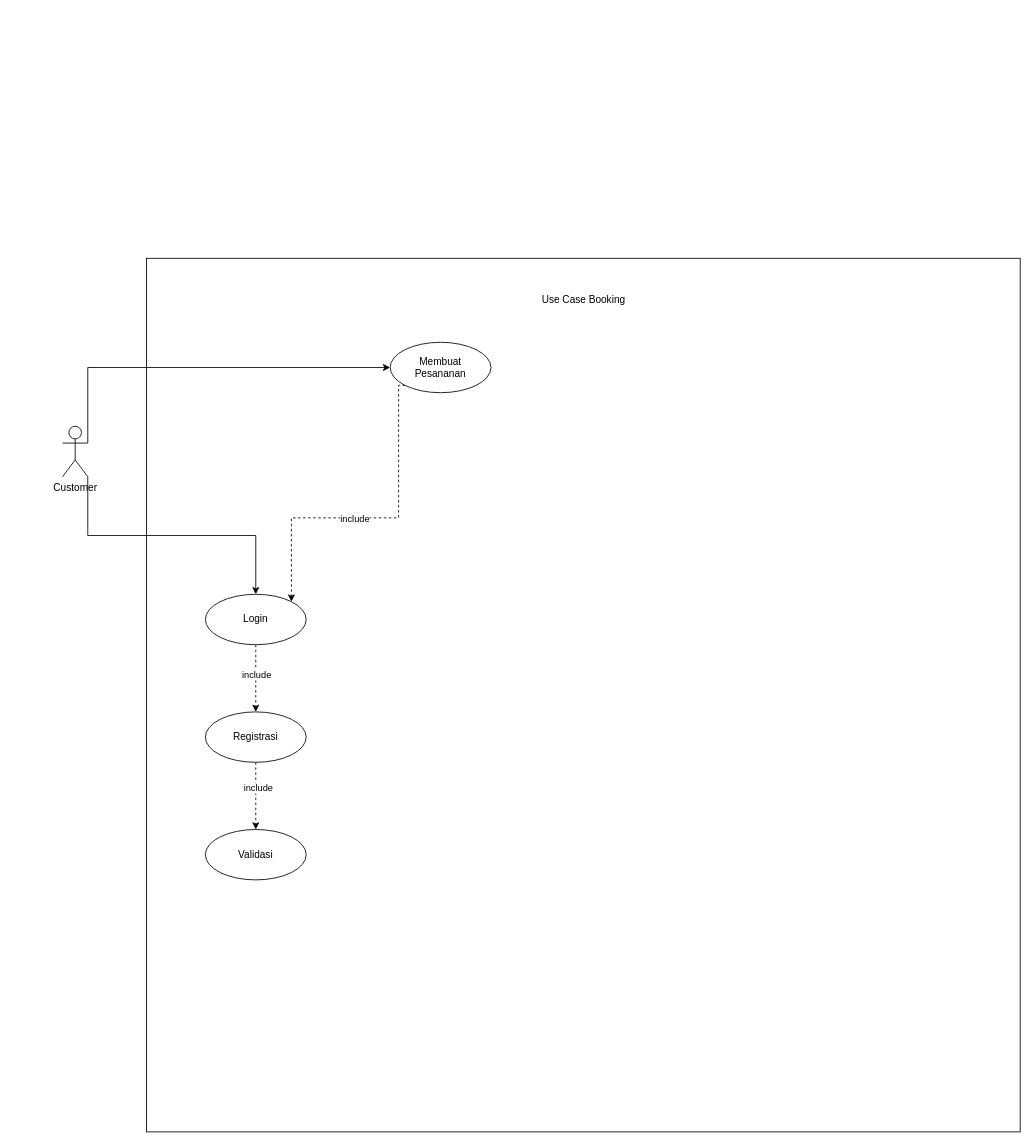
Before: Untitled Diagram.drawio in GSNugroho/latihan-nestjs, a draw.io diagram. Source tidied: cells renumbered, new cells numbered last; positions are measured from the earlier drawing's top-left corner, leaving out a move shared by most shapes. Both pictures are drawn from the tidied source at 84%, with x=0, y=0 at pixel (62, 258).
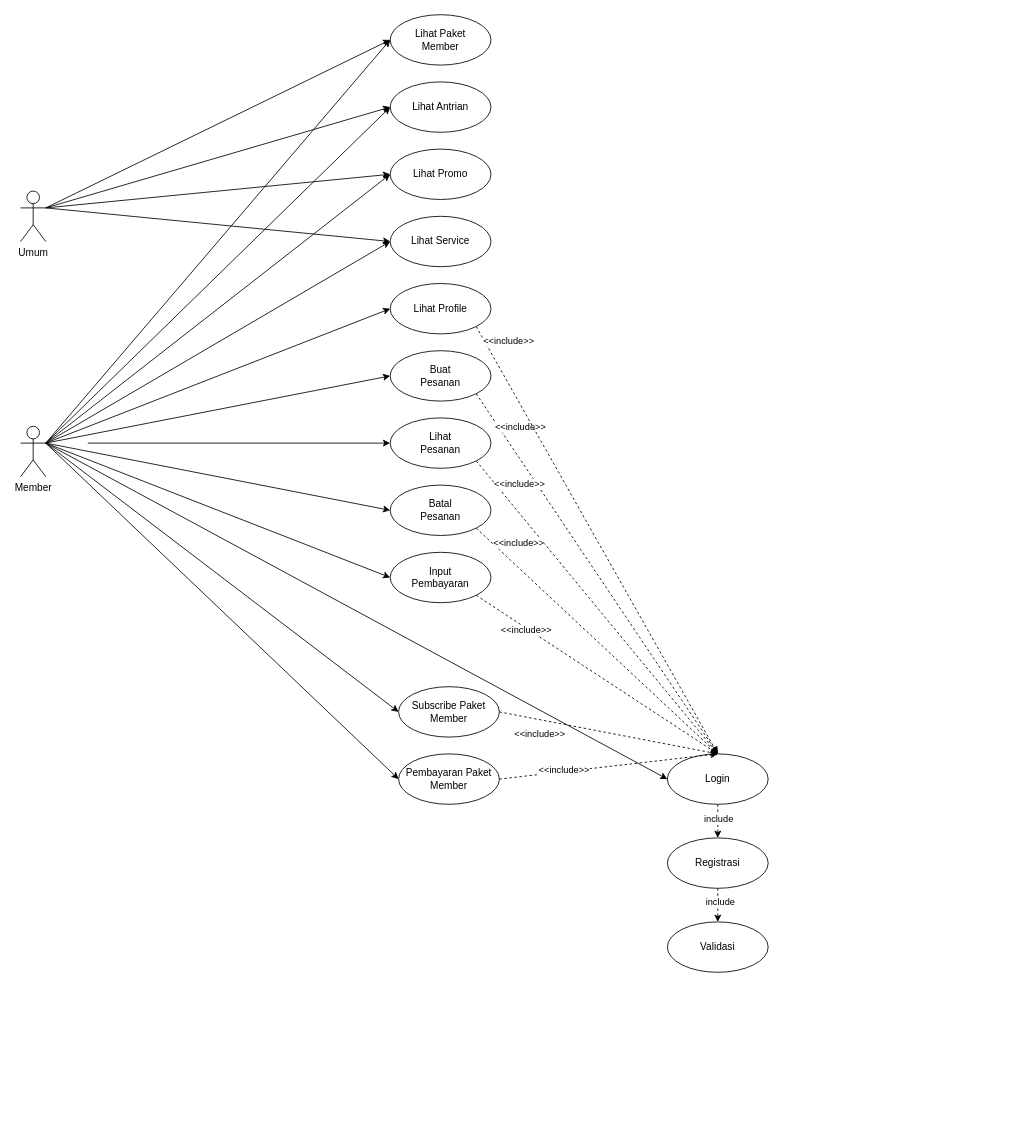
Above is the later version.

What changed in the source:
```diff
@@
-    <mxCell id="2" style="whiteSpace=wrap;html=1;" parent="1" vertex="1">
-      <mxGeometry x="100" width="1040" height="1040" as="geometry" />
-    </mxCell>
-    <mxCell id="3" style="edgeStyle=orthogonalEdgeStyle;rounded=0;jettySize=auto;html=1;exitX=1;exitY=1;exitDx=0;exitDy=0;exitPerimeter=0;" parent="1" edge="1" source="5" target="9">
-      <mxGeometry relative="1" as="geometry" />
+    <mxCell id="3" style="rounded=0;jettySize=auto;html=1;entryX=0;entryY=0.5;entryDx=0;entryDy=0;" parent="1" edge="1" target="9">
+      <mxGeometry relative="1" as="geometry">
+        <mxPoint x="-20" y="220" as="sourcePoint" />
+      </mxGeometry>
     </mxCell>
-    <mxCell id="4" style="edgeStyle=orthogonalEdgeStyle;rounded=0;jettySize=auto;html=1;exitX=1;exitY=0.3333333333333333;exitDx=0;exitDy=0;exitPerimeter=0;entryX=0;entryY=0.5;entryDx=0;entryDy=0;" parent="1" edge="1" source="5" target="16">
-      <mxGeometry relative="1" as="geometry">
-        <Array as="points">
-          <mxPoint x="30" y="130" />
-        </Array>
-      </mxGeometry>
+    <mxCell id="4" style="rounded=0;jettySize=auto;html=1;exitX=1;exitY=0.3333333333333333;exitDx=0;exitDy=0;exitPerimeter=0;entryX=0;entryY=0.5;entryDx=0;entryDy=0;" parent="1" edge="1" source="5" target="16">
+      <mxGeometry relative="1" as="geometry" />
     </mxCell>
+    <mxCell id="17" style="rounded=0;jettySize=auto;html=1;entryX=0;entryY=0.5;entryDx=0;entryDy=0;" parent="1" edge="1" target="29">
+      <mxGeometry relative="1" as="geometry">
+        <mxPoint x="30" y="220" as="sourcePoint" />
+      </mxGeometry>
+    </mxCell>
+    <mxCell id="18" style="rounded=0;jettySize=auto;html=1;exitX=1;exitY=0.3333333333333333;exitDx=0;exitDy=0;exitPerimeter=0;entryX=0;entryY=0.5;entryDx=0;entryDy=0;" parent="1" edge="1" source="5" target="32">
+      <mxGeometry relative="1" as="geometry" />
+    </mxCell>
+    <mxCell id="19" style="rounded=0;jettySize=auto;html=1;exitX=1;exitY=0.3333333333333333;exitDx=0;exitDy=0;exitPerimeter=0;entryX=0;entryY=0.5;entryDx=0;entryDy=0;" parent="1" edge="1" source="5" target="35">
+      <mxGeometry relative="1" as="geometry" />
+    </mxCell>
+    <mxCell id="20" style="rounded=0;jettySize=auto;html=1;exitX=1;exitY=0.3333333333333333;exitDx=0;exitDy=0;exitPerimeter=0;entryX=0;entryY=0.5;entryDx=0;entryDy=0;" parent="1" edge="1" source="5" target="40">
+      <mxGeometry relative="1" as="geometry" />
+    </mxCell>
+    <mxCell id="21" style="rounded=0;jettySize=auto;html=1;exitX=1;exitY=0.3333333333333333;exitDx=0;exitDy=0;exitPerimeter=0;entryX=0;entryY=0.5;entryDx=0;entryDy=0;" parent="1" edge="1" source="5" target="41">
+      <mxGeometry relative="1" as="geometry" />
+    </mxCell>
+    <mxCell id="22" style="rounded=0;jettySize=auto;html=1;exitX=1;exitY=0.3333333333333333;exitDx=0;exitDy=0;exitPerimeter=0;entryX=0;entryY=0.5;entryDx=0;entryDy=0;" parent="1" edge="1" source="5" target="47">
+      <mxGeometry relative="1" as="geometry" />
+    </mxCell>
+    <mxCell id="23" style="rounded=0;jettySize=auto;html=1;exitX=1;exitY=0.3333333333333333;exitDx=0;exitDy=0;exitPerimeter=0;entryX=0;entryY=0.5;entryDx=0;entryDy=0;" parent="1" edge="1" source="5" target="48">
+      <mxGeometry relative="1" as="geometry" />
+    </mxCell>
+    <mxCell id="24" style="rounded=0;jettySize=auto;html=1;exitX=1;exitY=0.3333333333333333;exitDx=0;exitDy=0;exitPerimeter=0;entryX=0;entryY=0.5;entryDx=0;entryDy=0;" parent="1" edge="1" source="5" target="51">
+      <mxGeometry relative="1" as="geometry" />
+    </mxCell>
+    <mxCell id="25" style="rounded=0;jettySize=auto;html=1;exitX=1;exitY=0.3333333333333333;exitDx=0;exitDy=0;exitPerimeter=0;entryX=0;entryY=0.5;entryDx=0;entryDy=0;" parent="1" edge="1" source="5" target="54">
+      <mxGeometry relative="1" as="geometry" />
+    </mxCell>
-    <mxCell id="5" value="Customer" style="shape=umlActor;verticalLabelPosition=bottom;verticalAlign=top;html=1;outlineConnect=0;" parent="1" vertex="1">
-      <mxGeometry y="200" width="30" height="60" as="geometry" />
+    <mxCell id="5" value="Member" style="shape=umlActor;verticalLabelPosition=bottom;verticalAlign=top;html=1;outlineConnect=0;" parent="1" vertex="1">
+      <mxGeometry x="-50" y="200" width="30" height="60" as="geometry" />
     </mxCell>
-    <mxCell id="6" value="&lt;div&gt;Use Case Booking&lt;/div&gt;" style="text;html=1;strokeColor=none;fillColor=none;align=center;verticalAlign=middle;whiteSpace=wrap;rounded=0;" parent="1" vertex="1">
-      <mxGeometry x="516.5" y="20" width="207" height="60" as="geometry" />
-    </mxCell>
@@
     <mxCell id="9" value="Login" style="ellipse;whiteSpace=wrap;html=1;" parent="1" vertex="1">
-      <mxGeometry x="170" y="400" width="120" height="60" as="geometry" />
+      <mxGeometry x="720" y="590" width="120" height="60" as="geometry" />
     </mxCell>
@@
     <mxCell id="12" value="Registrasi" style="ellipse;whiteSpace=wrap;html=1;" parent="1" vertex="1">
-      <mxGeometry x="170" y="540" width="120" height="60" as="geometry" />
+      <mxGeometry x="720" y="690" width="120" height="60" as="geometry" />
     </mxCell>
     <mxCell id="13" value="Validasi" style="ellipse;whiteSpace=wrap;html=1;" parent="1" vertex="1">
-      <mxGeometry x="170" y="680" width="120" height="60" as="geometry" />
+      <mxGeometry x="720" y="790" width="120" height="60" as="geometry" />
     </mxCell>
-    <mxCell id="14" style="edgeStyle=orthogonalEdgeStyle;rounded=0;jettySize=auto;html=1;exitX=0;exitY=1;exitDx=0;exitDy=0;entryX=1;entryY=0;entryDx=0;entryDy=0;dashed=1;" parent="1" edge="1" source="16" target="9">
-      <mxGeometry relative="1" as="geometry">
-        <Array as="points">
-          <mxPoint x="400" y="151" />
-          <mxPoint x="400" y="309" />
-        </Array>
-      </mxGeometry>
+    <mxCell id="14" style="rounded=0;jettySize=auto;html=1;exitX=1;exitY=1;exitDx=0;exitDy=0;entryX=0.5;entryY=0;entryDx=0;entryDy=0;dashed=1;" parent="1" edge="1" source="16" target="9">
+      <mxGeometry relative="1" as="geometry" />
     </mxCell>
-    <mxCell id="15" value="&lt;div&gt;include&lt;/div&gt;" style="edgeLabel;html=1;align=center;verticalAlign=middle;" parent="14" vertex="1">
-      <mxGeometry x="0.11" relative="1" as="geometry" />
-    </mxCell>
+    <mxCell id="26" value="&amp;lt;&amp;lt;include&amp;gt;&amp;gt;" style="edgeLabel;html=1;align=center;verticalAlign=middle;" parent="14" vertex="1">
+      <mxGeometry x="-0.73" y="4" relative="1" as="geometry">
+        <mxPoint x="10" y="-17" as="offset" />
+      </mxGeometry>
+    </mxCell>
-    <mxCell id="16" value="&lt;div&gt;Membuat&lt;/div&gt;&lt;div&gt;Pesananan&lt;br&gt;&lt;/div&gt;" style="ellipse;whiteSpace=wrap;html=1;" parent="1" vertex="1">
-      <mxGeometry x="390" y="100" width="120" height="60" as="geometry" />
+    <mxCell id="16" value="&lt;div&gt;Buat&lt;/div&gt;&lt;div&gt;Pesanan&lt;br&gt;&lt;/div&gt;" style="ellipse;whiteSpace=wrap;html=1;" parent="1" vertex="1">
+      <mxGeometry x="390" y="110" width="120" height="60" as="geometry" />
     </mxCell>
+    <mxCell id="27" style="rounded=0;jettySize=auto;html=1;exitX=1;exitY=1;exitDx=0;exitDy=0;entryX=0.5;entryY=0;entryDx=0;entryDy=0;dashed=1;" parent="1" edge="1" source="29" target="9">
+      <mxGeometry relative="1" as="geometry" />
+    </mxCell>
+    <mxCell id="28" value="&amp;lt;&amp;lt;include&amp;gt;&amp;gt;" style="edgeLabel;html=1;align=center;verticalAlign=middle;" parent="27" vertex="1">
+      <mxGeometry x="-0.7" y="2" relative="1" as="geometry">
+        <mxPoint x="6" y="-24" as="offset" />
+      </mxGeometry>
+    </mxCell>
+    <mxCell id="29" value="&lt;div&gt;Lihat&lt;/div&gt;&lt;div&gt;Pesanan&lt;br&gt;&lt;/div&gt;" style="ellipse;whiteSpace=wrap;html=1;" parent="1" vertex="1">
+      <mxGeometry x="390" y="190" width="120" height="60" as="geometry" />
+    </mxCell>
+    <mxCell id="30" style="rounded=0;jettySize=auto;html=1;exitX=1;exitY=1;exitDx=0;exitDy=0;entryX=0.5;entryY=0;entryDx=0;entryDy=0;dashed=1;" parent="1" edge="1" source="32" target="9">
+      <mxGeometry relative="1" as="geometry" />
+    </mxCell>
+    <mxCell id="31" value="&amp;lt;&amp;lt;include&amp;gt;&amp;gt;" style="edgeLabel;html=1;align=center;verticalAlign=middle;" parent="30" vertex="1">
+      <mxGeometry x="-0.61" y="3" relative="1" as="geometry">
+        <mxPoint x="-8" y="-33" as="offset" />
+      </mxGeometry>
+    </mxCell>
+    <mxCell id="32" value="&lt;div&gt;Batal&lt;/div&gt;&lt;div&gt;Pesanan&lt;br&gt;&lt;/div&gt;" style="ellipse;whiteSpace=wrap;html=1;" parent="1" vertex="1">
+      <mxGeometry x="390" y="270" width="120" height="60" as="geometry" />
+    </mxCell>
+    <mxCell id="33" style="rounded=0;jettySize=auto;html=1;exitX=1;exitY=1;exitDx=0;exitDy=0;entryX=0.5;entryY=0;entryDx=0;entryDy=0;dashed=1;" parent="1" edge="1" source="35" target="9">
+      <mxGeometry relative="1" as="geometry" />
+    </mxCell>
+    <mxCell id="34" value="&amp;lt;&amp;lt;include&amp;gt;&amp;gt;" style="edgeLabel;html=1;align=center;verticalAlign=middle;" parent="33" vertex="1">
+      <mxGeometry x="-0.78" y="2" relative="1" as="geometry">
+        <mxPoint x="5" y="-38" as="offset" />
+      </mxGeometry>
+    </mxCell>
+    <mxCell id="35" value="Lihat Profile" style="ellipse;whiteSpace=wrap;html=1;" parent="1" vertex="1">
+      <mxGeometry x="390" y="30" width="120" height="60" as="geometry" />
+    </mxCell>
+    <mxCell id="36" style="rounded=0;jettySize=auto;html=1;exitX=1;exitY=1;exitDx=0;exitDy=0;entryX=0.5;entryY=0;entryDx=0;entryDy=0;dashed=1;" parent="1" edge="1" source="38" target="9">
+      <mxGeometry relative="1" as="geometry" />
+    </mxCell>
+    <mxCell id="37" value="&amp;lt;&amp;lt;include&amp;gt;&amp;gt;" style="edgeLabel;html=1;align=center;verticalAlign=middle;" parent="36" vertex="1">
+      <mxGeometry x="-0.58" y="-2" relative="1" as="geometry" />
+    </mxCell>
+    <mxCell id="38" value="&lt;div&gt;Input&lt;/div&gt;&lt;div&gt;Pembayaran&lt;br&gt;&lt;/div&gt;" style="ellipse;whiteSpace=wrap;html=1;" parent="1" vertex="1">
+      <mxGeometry x="390" y="350" width="120" height="60" as="geometry" />
+    </mxCell>
+    <mxCell id="39" style="rounded=0;jettySize=auto;html=1;exitX=1;exitY=0.3333333333333333;exitDx=0;exitDy=0;exitPerimeter=0;entryX=0;entryY=0.5;entryDx=0;entryDy=0;" parent="1" edge="1" source="5" target="38">
+      <mxGeometry relative="1" as="geometry" />
+    </mxCell>
+    <mxCell id="40" value="Lihat Service" style="ellipse;whiteSpace=wrap;html=1;" parent="1" vertex="1">
+      <mxGeometry x="390" y="-50" width="120" height="60" as="geometry" />
+    </mxCell>
+    <mxCell id="41" value="Lihat Promo" style="ellipse;whiteSpace=wrap;html=1;" parent="1" vertex="1">
+      <mxGeometry x="390" y="-130" width="120" height="60" as="geometry" />
+    </mxCell>
+    <mxCell id="42" style="rounded=0;jettySize=auto;html=1;exitX=1;exitY=0.3333333333333333;exitDx=0;exitDy=0;exitPerimeter=0;entryX=0;entryY=0.5;entryDx=0;entryDy=0;" parent="1" edge="1" source="46" target="41">
+      <mxGeometry relative="1" as="geometry" />
+    </mxCell>
+    <mxCell id="43" style="rounded=0;jettySize=auto;html=1;exitX=1;exitY=0.3333333333333333;exitDx=0;exitDy=0;exitPerimeter=0;entryX=0;entryY=0.5;entryDx=0;entryDy=0;" parent="1" edge="1" source="46" target="40">
+      <mxGeometry relative="1" as="geometry" />
+    </mxCell>
+    <mxCell id="44" style="rounded=0;jettySize=auto;html=1;exitX=1;exitY=0.3333333333333333;exitDx=0;exitDy=0;exitPerimeter=0;entryX=0;entryY=0.5;entryDx=0;entryDy=0;" parent="1" edge="1" source="46" target="47">
+      <mxGeometry relative="1" as="geometry" />
+    </mxCell>
+    <mxCell id="45" style="rounded=0;jettySize=auto;html=1;exitX=1;exitY=0.3333333333333333;exitDx=0;exitDy=0;exitPerimeter=0;entryX=0;entryY=0.5;entryDx=0;entryDy=0;" parent="1" edge="1" source="46" target="48">
+      <mxGeometry relative="1" as="geometry" />
+    </mxCell>
+    <mxCell id="46" value="Umum" style="shape=umlActor;verticalLabelPosition=bottom;verticalAlign=top;html=1;outlineConnect=0;" parent="1" vertex="1">
+      <mxGeometry x="-50" y="-80" width="30" height="60" as="geometry" />
+    </mxCell>
+    <mxCell id="47" value="Lihat Antrian" style="ellipse;whiteSpace=wrap;html=1;" parent="1" vertex="1">
+      <mxGeometry x="390" y="-210" width="120" height="60" as="geometry" />
+    </mxCell>
+    <mxCell id="48" value="&lt;div&gt;Lihat Paket&lt;/div&gt;&lt;div&gt;Member&lt;br&gt;&lt;/div&gt;" style="ellipse;whiteSpace=wrap;html=1;" parent="1" vertex="1">
+      <mxGeometry x="390" y="-290" width="120" height="60" as="geometry" />
+    </mxCell>
+    <mxCell id="49" style="rounded=0;jettySize=auto;html=1;exitX=1;exitY=0.5;exitDx=0;exitDy=0;dashed=1;entryX=0.5;entryY=0;entryDx=0;entryDy=0;" parent="1" edge="1" source="51" target="9">
+      <mxGeometry relative="1" as="geometry" />
+    </mxCell>
+    <mxCell id="50" value="&amp;lt;&amp;lt;include&amp;gt;&amp;gt;" style="edgeLabel;html=1;align=center;verticalAlign=middle;" parent="49" vertex="1">
+      <mxGeometry x="-0.35" y="-2" relative="1" as="geometry">
+        <mxPoint x="-37" y="7" as="offset" />
+      </mxGeometry>
+    </mxCell>
+    <mxCell id="51" value="&lt;div&gt;Subscribe Paket&lt;/div&gt;&lt;div&gt;Member&lt;/div&gt;" style="ellipse;whiteSpace=wrap;html=1;" parent="1" vertex="1">
+      <mxGeometry x="400" y="510" width="120" height="60" as="geometry" />
+    </mxCell>
+    <mxCell id="52" style="rounded=0;jettySize=auto;html=1;exitX=1;exitY=0.5;exitDx=0;exitDy=0;entryX=0.5;entryY=0;entryDx=0;entryDy=0;dashed=1;" parent="1" edge="1" source="54" target="9">
+      <mxGeometry relative="1" as="geometry" />
+    </mxCell>
+    <mxCell id="53" value="&amp;lt;&amp;lt;include&amp;gt;&amp;gt;" style="edgeLabel;html=1;align=center;verticalAlign=middle;" parent="52" vertex="1">
+      <mxGeometry x="-0.41" y="3" relative="1" as="geometry" />
+    </mxCell>
+    <mxCell id="54" value="&lt;div&gt;Pembayaran Paket&lt;/div&gt;&lt;div&gt;Member&lt;/div&gt;" style="ellipse;whiteSpace=wrap;html=1;" parent="1" vertex="1">
+      <mxGeometry x="400" y="590" width="120" height="60" as="geometry" />
+    </mxCell>
```
